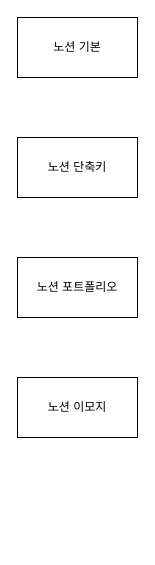
The draw.io diagram 노션블로그.drawio in WhiteCrow79/draw.io, before the edit. Source tidied: cells renumbered, new cells numbered last; positions are measured from the earlier drawing's top-left corner, leaving out a move shared by most shapes. Both pictures are drawn from the tidied source at 100%, with x=0, y=0 at pixel (17, 17).
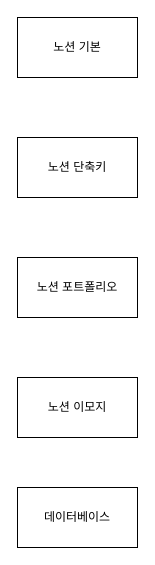
The same diagram, later.

Commit message:
노션블로그.drawio 업데이트

Diff of the diagram source:
```diff
@@
 <mxGraphModel>
   <root>
     <mxCell id="0" />
     <mxCell id="1" parent="0" />
     <mxCell id="2" value="노션 기본" style="rounded=0;whiteSpace=wrap;html=1;" parent="1" vertex="1">
       <mxGeometry width="120" height="60" as="geometry" />
     </mxCell>
     <mxCell id="3" value="노션 포트폴리오" style="rounded=0;whiteSpace=wrap;html=1;" parent="1" vertex="1">
       <mxGeometry y="240" width="120" height="60" as="geometry" />
     </mxCell>
     <mxCell id="4" value="노션 단축키" style="rounded=0;whiteSpace=wrap;html=1;" parent="1" vertex="1">
       <mxGeometry y="120" width="120" height="60" as="geometry" />
     </mxCell>
     <mxCell id="5" value="노션 이모지" style="rounded=0;whiteSpace=wrap;html=1;" parent="1" vertex="1">
       <mxGeometry y="360" width="120" height="60" as="geometry" />
     </mxCell>
+    <mxCell id="6" value="데이터베이스" style="rounded=0;whiteSpace=wrap;html=1;" parent="1" vertex="1">
+      <mxGeometry y="470" width="120" height="60" as="geometry" />
+    </mxCell>
   </root>
 </mxGraphModel>
```
